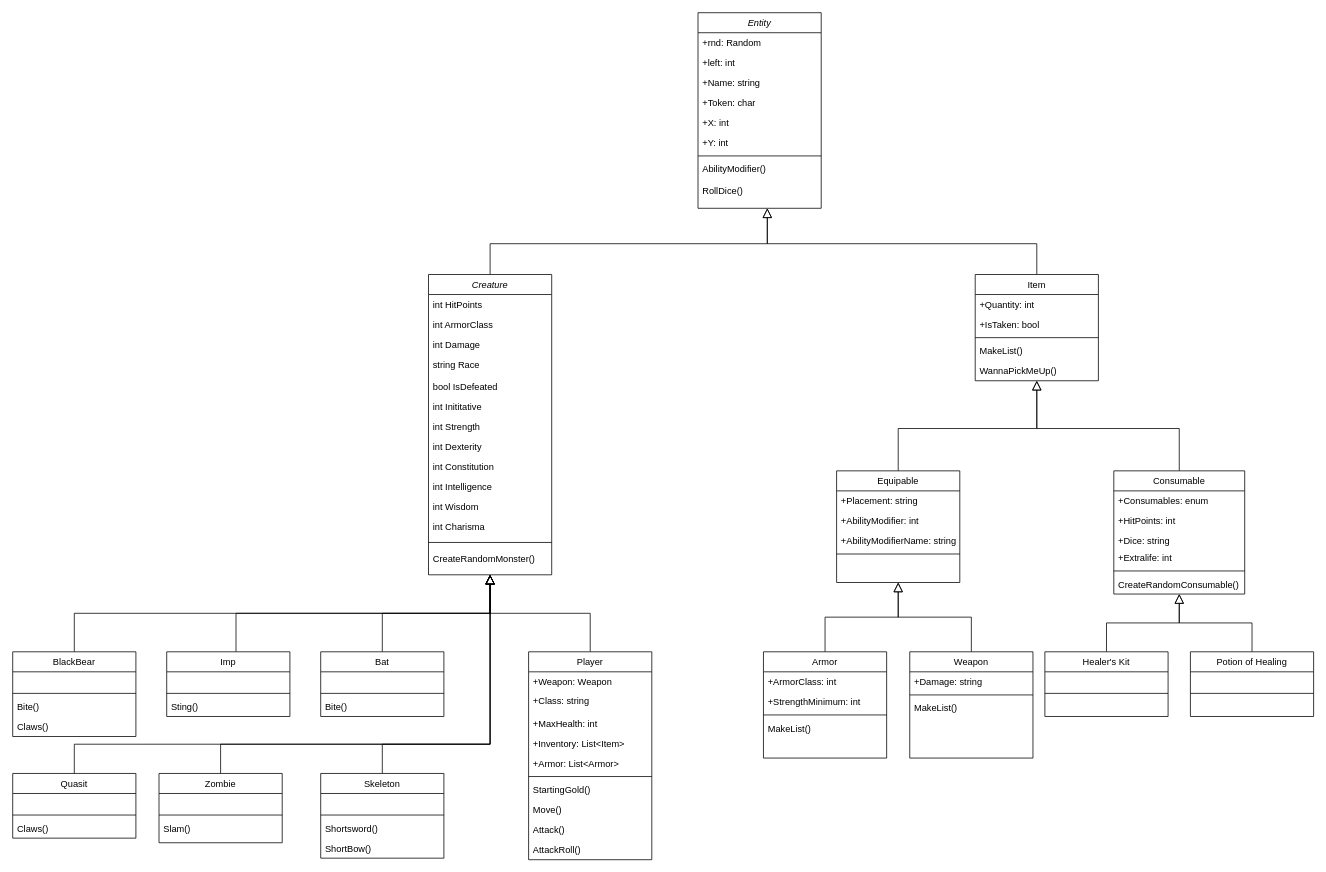
This is AdventureGame.drawio from M-Sheikha/AdventureGamePoject1, a draw.io file, before an edit. Source tidied: cells renumbered, new cells numbered last; positions are measured from the earlier drawing's top-left corner, leaving out a move shared by most shapes. Both pictures are drawn from the tidied source at 77%, with x=0, y=0 at pixel (12, 12).
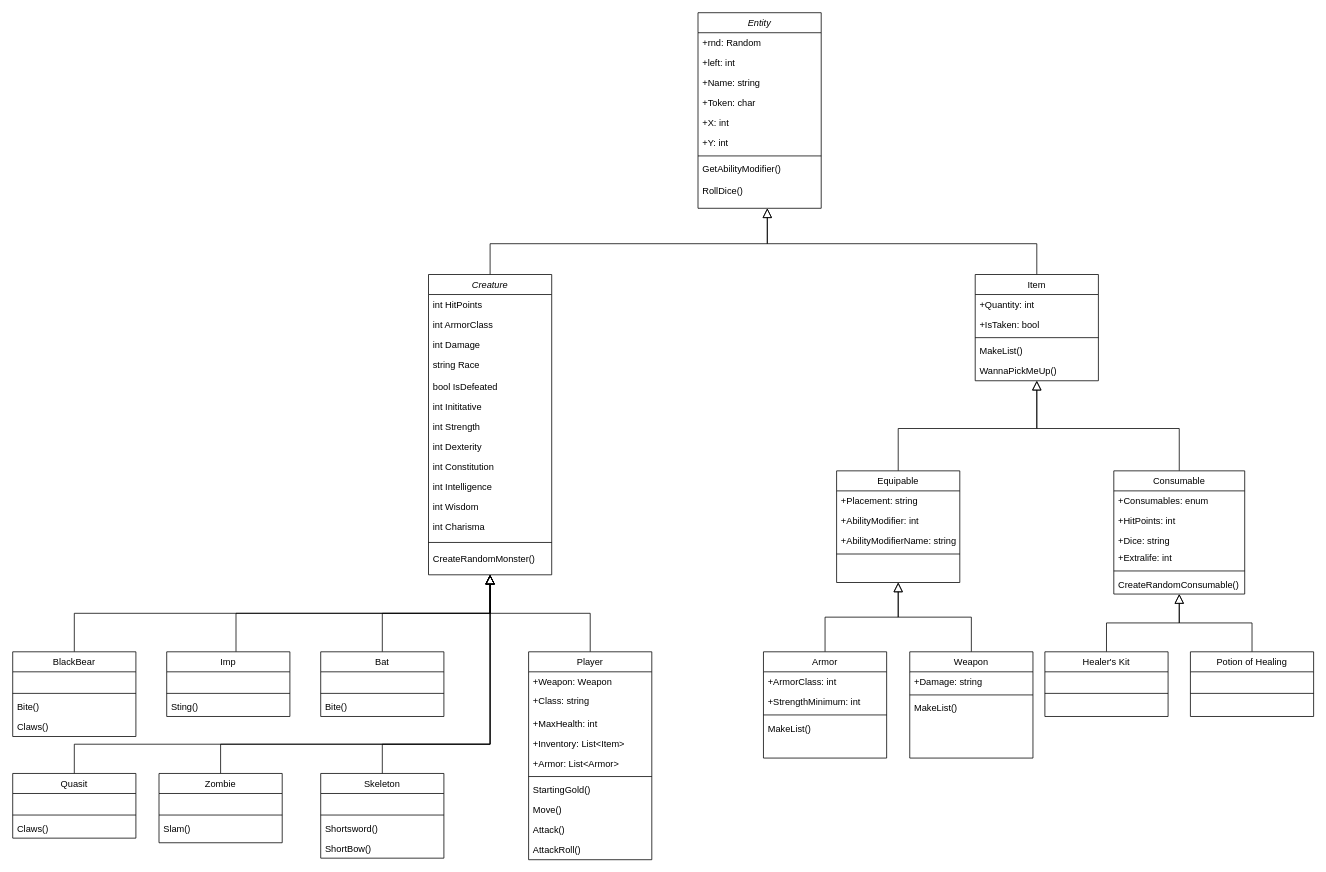
The same diagram, later.

Unchanged cells that the change refers to:
```xml
<mxCell id="2" value="Entity" style="swimlane;fontStyle=2;align=center;verticalAlign=top;horizontal=1;startSize=26;rounded=0;shadow=0;strokeWidth=1;" parent="1" vertex="1">
  <mxGeometry x="890" width="160" height="254" as="geometry" />
</mxCell>
```

The edit, as a diff of the source:
```diff
@@
-    <mxCell id="10" value="AbilityModifier()" style="text;align=left;verticalAlign=top;spacingLeft=4;spacingRight=4;overflow=hidden;" parent="2" vertex="1">
+    <mxCell id="10" value="GetAbilityModifier()" style="text;align=left;verticalAlign=top;spacingLeft=4;spacingRight=4;overflow=hidden;" parent="2" vertex="1">
       <mxGeometry y="190" width="160" height="28" as="geometry" />
     </mxCell>
```
